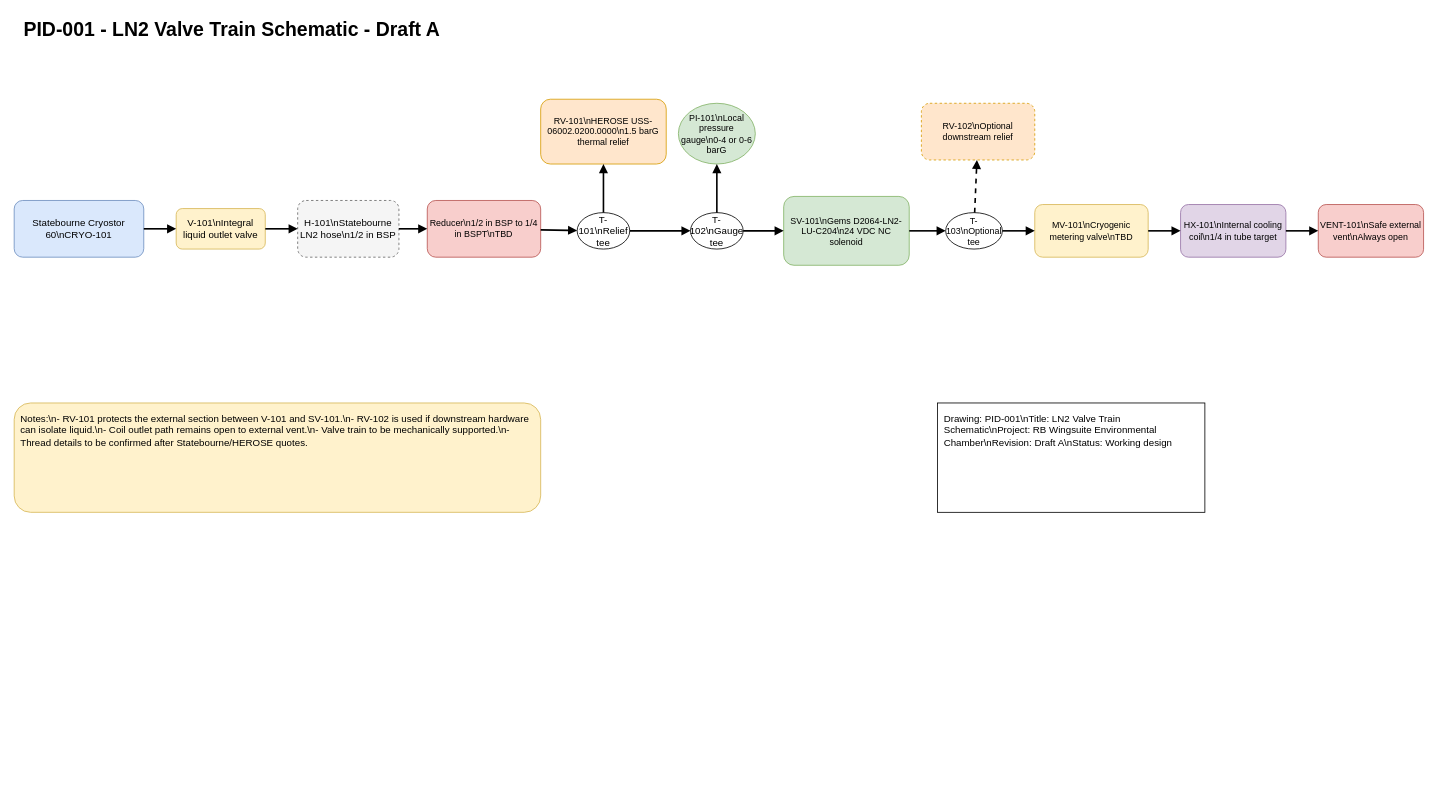
This is diagrams/PID-001_LN2_Valve_Train.drawio from CreoKinetics/RB-Wingsuite-Environmental-Chamber, a draw.io file, before an edit. Source tidied: cells renumbered, new cells numbered last; positions are measured from the earlier drawing's top-left corner, leaving out a move shared by most shapes. Both pictures are drawn from the tidied source at 81%, with x=0, y=0 at pixel (14, 14).
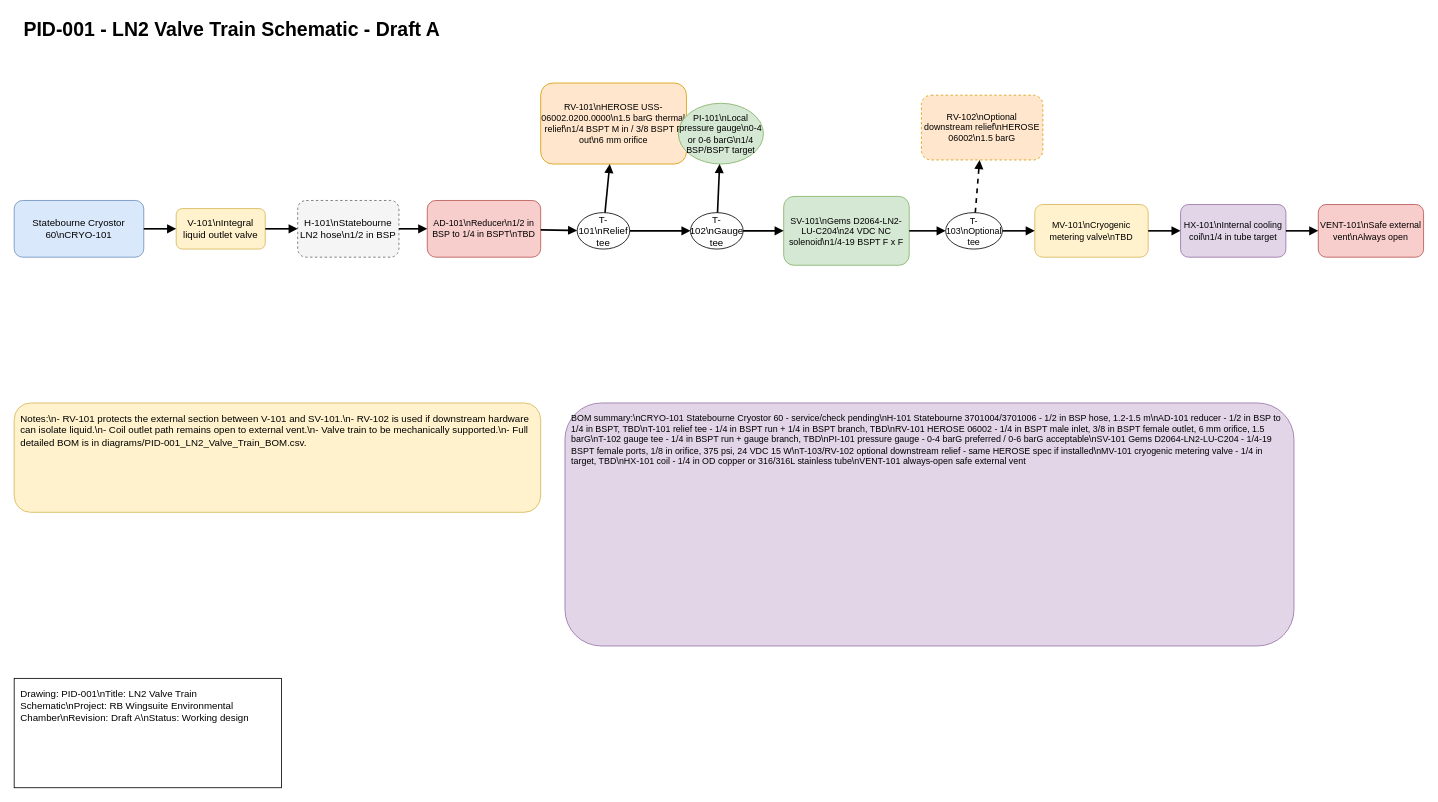
After the change.

Commit message:
Add BOM summary to LN2 valve train drawing

Diff of the diagram source:
```diff
@@
-    <mxCell id="6" value="Reducer\n1/2 in BSP to 1/4 in BSPT\nTBD" style="rounded=1;whiteSpace=wrap;html=1;fillColor=#f8cecc;strokeColor=#b85450;fontSize=11;" parent="1" vertex="1">
+    <mxCell id="6" value="AD-101\nReducer\n1/2 in BSP to 1/4 in BSPT\nTBD" style="rounded=1;whiteSpace=wrap;html=1;fillColor=#f8cecc;strokeColor=#b85450;fontSize=11;" parent="1" vertex="1">
       <mxGeometry x="510" y="230" width="140" height="70" as="geometry" />
     </mxCell>
@@
-    <mxCell id="9" value="SV-101\nGems D2064-LN2-LU-C204\n24 VDC NC solenoid" style="rounded=1;whiteSpace=wrap;html=1;fillColor=#d5e8d4;strokeColor=#82b366;fontSize=11;" parent="1" vertex="1">
+    <mxCell id="9" value="SV-101\nGems D2064-LN2-LU-C204\n24 VDC NC solenoid\n1/4-19 BSPT F x F" style="rounded=1;whiteSpace=wrap;html=1;fillColor=#d5e8d4;strokeColor=#82b366;fontSize=11;" parent="1" vertex="1">
       <mxGeometry x="950" y="225" width="155" height="85" as="geometry" />
     </mxCell>
@@
-    <mxCell id="14" value="RV-101\nHEROSE USS-06002.0200.0000\n1.5 barG thermal relief" style="rounded=1;whiteSpace=wrap;html=1;fillColor=#ffe6cc;strokeColor=#d79b00;fontSize=11;" parent="1" vertex="1">
-      <mxGeometry x="650" y="105" width="155" height="80" as="geometry" />
+    <mxCell id="14" value="RV-101\nHEROSE USS-06002.0200.0000\n1.5 barG thermal relief\n1/4 BSPT M in / 3/8 BSPT F out\n6 mm orifice" style="rounded=1;whiteSpace=wrap;html=1;fillColor=#ffe6cc;strokeColor=#d79b00;fontSize=11;" parent="1" vertex="1">
+      <mxGeometry x="650" y="85" width="180" height="100" as="geometry" />
     </mxCell>
-    <mxCell id="15" value="PI-101\nLocal pressure gauge\n0-4 or 0-6 barG" style="ellipse;whiteSpace=wrap;html=1;fillColor=#d5e8d4;strokeColor=#82b366;fontSize=11;" parent="1" vertex="1">
-      <mxGeometry x="820" y="110" width="95" height="75" as="geometry" />
+    <mxCell id="15" value="PI-101\nLocal pressure gauge\n0-4 or 0-6 barG\n1/4 BSP/BSPT target" style="ellipse;whiteSpace=wrap;html=1;fillColor=#d5e8d4;strokeColor=#82b366;fontSize=11;" parent="1" vertex="1">
+      <mxGeometry x="820" y="110" width="105" height="75" as="geometry" />
     </mxCell>
-    <mxCell id="16" value="RV-102\nOptional downstream relief" style="rounded=1;whiteSpace=wrap;html=1;fillColor=#ffe6cc;strokeColor=#d79b00;dashed=1;fontSize=11;" parent="1" vertex="1">
-      <mxGeometry x="1120" y="110" width="140" height="70" as="geometry" />
+    <mxCell id="16" value="RV-102\nOptional downstream relief\nHEROSE 06002\n1.5 barG" style="rounded=1;whiteSpace=wrap;html=1;fillColor=#ffe6cc;strokeColor=#d79b00;dashed=1;fontSize=11;" parent="1" vertex="1">
+      <mxGeometry x="1120" y="100" width="150" height="80" as="geometry" />
     </mxCell>
@@
-    <mxCell id="30" value="Notes:\n- RV-101 protects the external section between V-101 and SV-101.\n- RV-102 is used if downstream hardware can isolate liquid.\n- Coil outlet path remains open to external vent.\n- Valve train to be mechanically supported.\n- Thread details to be confirmed after Statebourne/HEROSE quotes." style="rounded=1;whiteSpace=wrap;html=1;fillColor=#fff2cc;strokeColor=#d6b656;align=left;verticalAlign=top;spacing=8;fontSize=12;" parent="1" vertex="1">
+    <mxCell id="30" value="Notes:\n- RV-101 protects the external section between V-101 and SV-101.\n- RV-102 is used if downstream hardware can isolate liquid.\n- Coil outlet path remains open to external vent.\n- Valve train to be mechanically supported.\n- Full detailed BOM is in diagrams/PID-001_LN2_Valve_Train_BOM.csv." style="rounded=1;whiteSpace=wrap;html=1;fillColor=#fff2cc;strokeColor=#d6b656;align=left;verticalAlign=top;spacing=8;fontSize=12;" parent="1" vertex="1">
       <mxGeometry y="480" width="650" height="135" as="geometry" />
     </mxCell>
+    <mxCell id="32" value="BOM summary:\nCRYO-101 Statebourne Cryostor 60 - service/check pending\nH-101 Statebourne 3701004/3701006 - 1/2 in BSP hose, 1.2-1.5 m\nAD-101 reducer - 1/2 in BSP to 1/4 in BSPT, TBD\nT-101 relief tee - 1/4 in BSPT run + 1/4 in BSPT branch, TBD\nRV-101 HEROSE 06002 - 1/4 in BSPT male inlet, 3/8 in BSPT female outlet, 6 mm orifice, 1.5 barG\nT-102 gauge tee - 1/4 in BSPT run + gauge branch, TBD\nPI-101 pressure gauge - 0-4 barG preferred / 0-6 barG acceptable\nSV-101 Gems D2064-LN2-LU-C204 - 1/4-19 BSPT female ports, 1/8 in orifice, 375 psi, 24 VDC 15 W\nT-103/RV-102 optional downstream relief - same HEROSE spec if installed\nMV-101 cryogenic metering valve - 1/4 in target, TBD\nHX-101 coil - 1/4 in OD copper or 316/316L stainless tube\nVENT-101 always-open safe external vent" style="rounded=1;whiteSpace=wrap;html=1;fillColor=#e1d5e7;strokeColor=#9673a6;align=left;verticalAlign=top;spacing=8;fontSize=11;" parent="1" vertex="1">
+      <mxGeometry x="680" y="480" width="900" height="300" as="geometry" />
+    </mxCell>
     <mxCell id="31" value="Drawing: PID-001\nTitle: LN2 Valve Train Schematic\nProject: RB Wingsuite Environmental Chamber\nRevision: Draft A\nStatus: Working design" style="rounded=0;whiteSpace=wrap;html=1;fillColor=#ffffff;strokeColor=#000000;align=left;verticalAlign=top;spacing=8;fontSize=12;" parent="1" vertex="1">
-      <mxGeometry x="1140" y="480" width="330" height="135" as="geometry" />
+      <mxGeometry y="820" width="330" height="135" as="geometry" />
     </mxCell>
```
